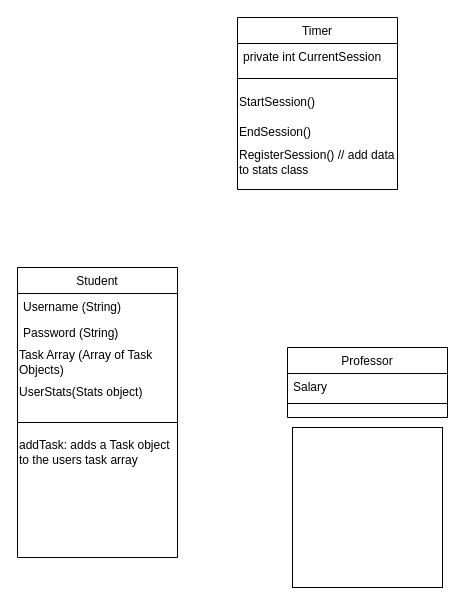
Before: Untitled Diagram.drawio in DROFEL/Please_Compile_ProSchoolar, a draw.io diagram. Source tidied: cells renumbered, new cells numbered last; positions are measured from the earlier drawing's top-left corner, leaving out a move shared by most shapes. Both pictures are drawn from the tidied source at 100%, with x=0, y=0 at pixel (17, 17).
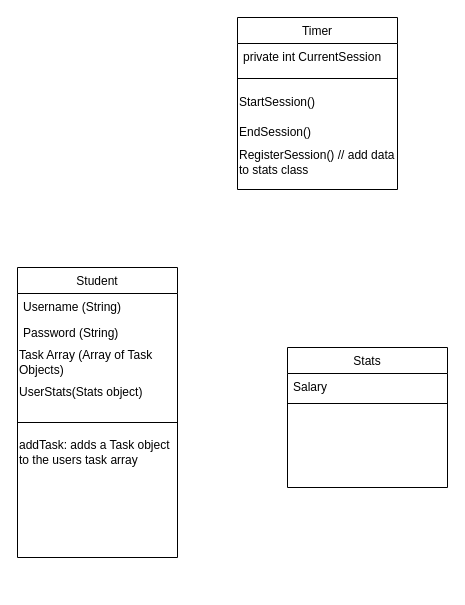
The same page after the edit.

What changed in the source:
```diff
@@
 <mxGraphModel>
   <root>
     <mxCell id="0" />
     <mxCell id="1" parent="0" />
     <mxCell id="2" value="Student" style="swimlane;fontStyle=0;align=center;verticalAlign=top;horizontal=1;startSize=26;rounded=0;shadow=0;strokeWidth=1;" parent="1" vertex="1">
       <mxGeometry y="250" width="160" height="290" as="geometry" />
     </mxCell>
     <mxCell id="3" value="Username (String)&#10;" style="text;align=left;verticalAlign=top;spacingLeft=4;spacingRight=4;overflow=hidden;" parent="2" vertex="1">
       <mxGeometry y="26" width="160" height="26" as="geometry" />
     </mxCell>
     <mxCell id="4" value="Password (String)&#10;" style="text;align=left;verticalAlign=top;spacingLeft=4;spacingRight=4;overflow=hidden;rounded=0;shadow=0;html=0;" parent="2" vertex="1">
       <mxGeometry y="52" width="160" height="28" as="geometry" />
     </mxCell>
     <mxCell id="5" value="Task Array (Array of Task Objects)" style="text;html=1;strokeColor=none;fillColor=none;align=left;verticalAlign=middle;whiteSpace=wrap;rounded=0;" parent="2" vertex="1">
       <mxGeometry y="80" width="160" height="30" as="geometry" />
     </mxCell>
     <mxCell id="6" value="UserStats(Stats object)" style="text;html=1;strokeColor=none;fillColor=none;align=left;verticalAlign=middle;whiteSpace=wrap;rounded=0;" parent="2" vertex="1">
       <mxGeometry y="110" width="160" height="30" as="geometry" />
     </mxCell>
     <mxCell id="7" style="line;html=1;strokeWidth=1;align=left;verticalAlign=middle;spacingTop=-1;spacingLeft=3;spacingRight=3;labelPosition=right;" parent="2" vertex="1">
       <mxGeometry y="140" width="160" height="30" as="geometry" />
     </mxCell>
     <mxCell id="8" value="addTask: adds a Task object to the users task array" style="text;html=1;strokeColor=none;fillColor=none;align=left;verticalAlign=middle;whiteSpace=wrap;rounded=0;" parent="2" vertex="1">
       <mxGeometry y="170" width="160" height="30" as="geometry" />
     </mxCell>
-    <mxCell id="9" value="Professor" style="swimlane;fontStyle=0;align=center;verticalAlign=top;horizontal=1;startSize=26;rounded=0;shadow=0;strokeWidth=1;" parent="1" vertex="1">
-      <mxGeometry x="270" y="330" width="160" height="70" as="geometry" />
+    <mxCell id="9" value="Stats" style="swimlane;fontStyle=0;align=center;verticalAlign=top;horizontal=1;startSize=26;rounded=0;shadow=0;strokeWidth=1;" parent="1" vertex="1">
+      <mxGeometry x="270" y="330" width="160" height="140" as="geometry" />
     </mxCell>
     <mxCell id="10" value="Salary" style="text;align=left;verticalAlign=top;spacingLeft=4;spacingRight=4;overflow=hidden;" parent="9" vertex="1">
       <mxGeometry y="26" width="160" height="26" as="geometry" />
     </mxCell>
     <mxCell id="11" style="line;html=1;strokeWidth=1;align=left;verticalAlign=middle;spacingTop=-1;spacingLeft=3;spacingRight=3;labelPosition=right;" parent="9" vertex="1">
       <mxGeometry y="52" width="160" height="8" as="geometry" />
     </mxCell>
-    <mxCell id="12" style="rounded=0;whiteSpace=wrap;html=1;" parent="1" vertex="1">
-      <mxGeometry x="275" y="410" width="150" height="160" as="geometry" />
-    </mxCell>
     <mxCell id="13" value="Timer" style="swimlane;fontStyle=0;align=center;verticalAlign=top;horizontal=1;startSize=26;rounded=0;shadow=0;strokeWidth=1;" parent="1" vertex="1">
       <mxGeometry x="220" width="160" height="172" as="geometry" />
     </mxCell>
     <mxCell id="14" value="private int CurrentSession" style="text;align=left;verticalAlign=top;spacingLeft=4;spacingRight=4;overflow=hidden;" parent="13" vertex="1">
       <mxGeometry y="26" width="160" height="26" as="geometry" />
     </mxCell>
     <mxCell id="15" style="line;html=1;strokeWidth=1;align=left;verticalAlign=middle;spacingTop=-1;spacingLeft=3;spacingRight=3;labelPosition=right;" parent="13" vertex="1">
       <mxGeometry y="52" width="160" height="18" as="geometry" />
     </mxCell>
     <mxCell id="16" value="StartSession()" style="text;html=1;strokeColor=none;fillColor=none;align=left;verticalAlign=middle;whiteSpace=wrap;rounded=0;" parent="13" vertex="1">
       <mxGeometry y="70" width="160" height="30" as="geometry" />
     </mxCell>
     <mxCell id="17" value="EndSession()" style="text;html=1;strokeColor=none;fillColor=none;align=left;verticalAlign=middle;whiteSpace=wrap;rounded=0;" parent="13" vertex="1">
       <mxGeometry y="100" width="160" height="30" as="geometry" />
     </mxCell>
     <mxCell id="18" value="RegisterSession() // add data to stats class" style="text;html=1;strokeColor=none;fillColor=none;align=left;verticalAlign=middle;whiteSpace=wrap;rounded=0;" parent="13" vertex="1">
       <mxGeometry y="130" width="160" height="30" as="geometry" />
     </mxCell>
   </root>
 </mxGraphModel>
```
